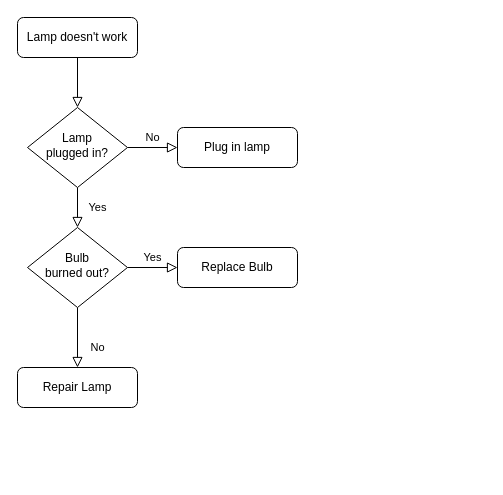
Earlier version of the draw.io diagram Untitled Diagram.drawio (cherio/auto). Source tidied: cells renumbered, new cells numbered last; positions are measured from the earlier drawing's top-left corner, leaving out a move shared by most shapes. Both pictures are drawn from the tidied source at 100%, with x=0, y=0 at pixel (17, 17).
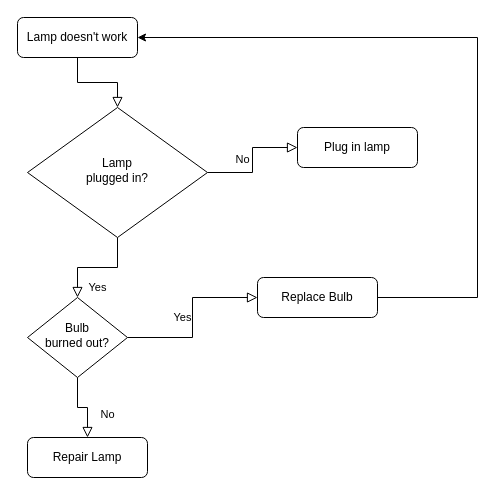
The same page after the edit.

The edit, as a diff of the source:
```diff
@@
 <mxGraphModel>
   <root>
     <mxCell id="0" />
     <mxCell id="1" parent="0" />
     <mxCell id="2" style="rounded=0;html=1;jettySize=auto;fontSize=11;endArrow=block;endFill=0;endSize=8;strokeWidth=1;shadow=0;labelBackgroundColor=none;edgeStyle=orthogonalEdgeStyle;" parent="1" edge="1" source="3" target="6">
       <mxGeometry relative="1" as="geometry" />
     </mxCell>
     <mxCell id="3" value="Lamp doesn't work" style="rounded=1;whiteSpace=wrap;html=1;fontSize=12;glass=0;strokeWidth=1;shadow=0;" parent="1" vertex="1">
       <mxGeometry width="120" height="40" as="geometry" />
     </mxCell>
     <mxCell id="4" value="Yes" style="rounded=0;html=1;jettySize=auto;fontSize=11;endArrow=block;endFill=0;endSize=8;strokeWidth=1;shadow=0;labelBackgroundColor=none;edgeStyle=orthogonalEdgeStyle;" parent="1" edge="1" source="6" target="10">
       <mxGeometry y="20" relative="1" as="geometry" />
     </mxCell>
     <mxCell id="5" value="No" style="edgeStyle=orthogonalEdgeStyle;rounded=0;html=1;jettySize=auto;fontSize=11;endArrow=block;endFill=0;endSize=8;strokeWidth=1;shadow=0;labelBackgroundColor=none;" parent="1" edge="1" source="6" target="7">
       <mxGeometry y="10" relative="1" as="geometry" />
     </mxCell>
     <mxCell id="6" value="Lamp&lt;br&gt;plugged in?" style="rhombus;whiteSpace=wrap;html=1;shadow=0;fontFamily=Helvetica;fontSize=12;align=center;strokeWidth=1;spacing=6;spacingTop=-4;" parent="1" vertex="1">
-      <mxGeometry x="10" y="90" width="100" height="80" as="geometry" />
+      <mxGeometry x="10" y="90" width="180" height="130" as="geometry" />
     </mxCell>
     <mxCell id="7" value="Plug in lamp" style="rounded=1;whiteSpace=wrap;html=1;fontSize=12;glass=0;strokeWidth=1;shadow=0;" parent="1" vertex="1">
-      <mxGeometry x="160" y="110" width="120" height="40" as="geometry" />
+      <mxGeometry x="280" y="110" width="120" height="40" as="geometry" />
     </mxCell>
     <mxCell id="8" value="No" style="rounded=0;html=1;jettySize=auto;fontSize=11;endArrow=block;endFill=0;endSize=8;strokeWidth=1;shadow=0;labelBackgroundColor=none;edgeStyle=orthogonalEdgeStyle;" parent="1" edge="1" source="10" target="11">
       <mxGeometry x="0.33" y="20" relative="1" as="geometry" />
     </mxCell>
     <mxCell id="9" value="Yes" style="edgeStyle=orthogonalEdgeStyle;rounded=0;html=1;jettySize=auto;fontSize=11;endArrow=block;endFill=0;endSize=8;strokeWidth=1;shadow=0;labelBackgroundColor=none;" parent="1" edge="1" source="10" target="12">
       <mxGeometry y="10" relative="1" as="geometry" />
     </mxCell>
     <mxCell id="10" value="Bulb&lt;br&gt;burned out?" style="rhombus;whiteSpace=wrap;html=1;shadow=0;fontFamily=Helvetica;fontSize=12;align=center;strokeWidth=1;spacing=6;spacingTop=-4;" parent="1" vertex="1">
-      <mxGeometry x="10" y="210" width="100" height="80" as="geometry" />
+      <mxGeometry x="10" y="280" width="100" height="80" as="geometry" />
     </mxCell>
     <mxCell id="11" value="Repair Lamp" style="rounded=1;whiteSpace=wrap;html=1;fontSize=12;glass=0;strokeWidth=1;shadow=0;" parent="1" vertex="1">
-      <mxGeometry y="350" width="120" height="40" as="geometry" />
+      <mxGeometry x="10" y="420" width="120" height="40" as="geometry" />
     </mxCell>
+    <mxCell id="13" style="edgeStyle=orthogonalEdgeStyle;rounded=0;jettySize=auto;html=1;entryX=1;entryY=0.5;entryDx=0;entryDy=0;" parent="1" edge="1" source="12" target="3">
+      <mxGeometry relative="1" as="geometry">
+        <Array as="points">
+          <mxPoint x="460" y="280" />
+          <mxPoint x="460" y="20" />
+        </Array>
+      </mxGeometry>
+    </mxCell>
     <mxCell id="12" value="Replace Bulb" style="rounded=1;whiteSpace=wrap;html=1;fontSize=12;glass=0;strokeWidth=1;shadow=0;" parent="1" vertex="1">
-      <mxGeometry x="160" y="230" width="120" height="40" as="geometry" />
+      <mxGeometry x="240" y="260" width="120" height="40" as="geometry" />
     </mxCell>
   </root>
 </mxGraphModel>
```
